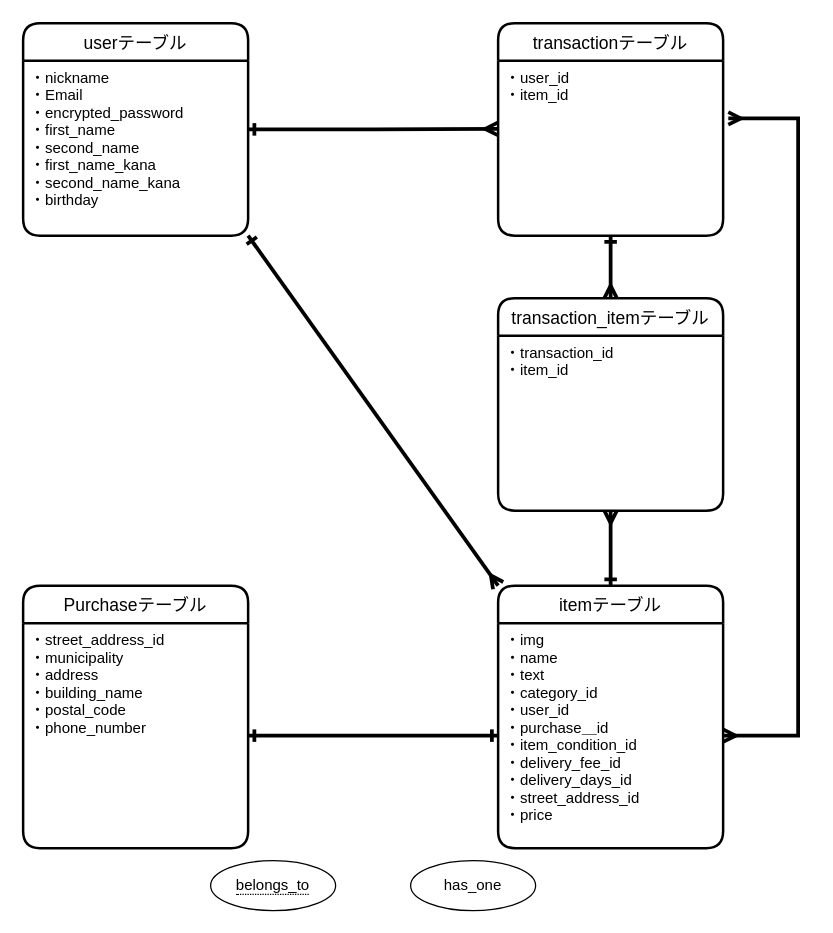
Before: app/controllers/test.dio in fisher1031/furima-34833, a draw.io diagram. Source tidied: cells renumbered, new cells numbered last; positions are measured from the earlier drawing's top-left corner, leaving out a move shared by most shapes. Both pictures are drawn from the tidied source at 125%, with x=0, y=0 at pixel (22, 22).
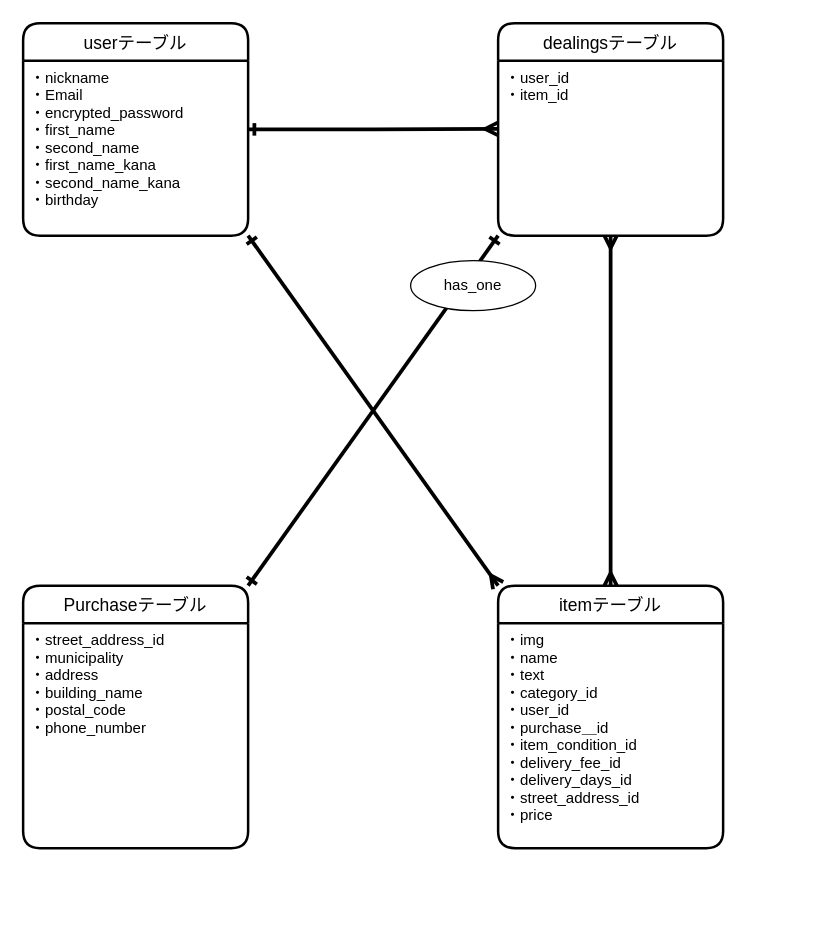
Above is the later version.

Commit message (it also covers changes not shown here):
READ MEの再修正

Unchanged cells that the change refers to:
```xml
<mxCell id="2" value="itemテーブル" style="swimlane;horizontal=1;startSize=30;rounded=1;fontSize=14;fontStyle=0;strokeWidth=2;shadow=0;dashed=0;align=center;" parent="1" vertex="1">
  <mxGeometry x="380" y="450" width="180" height="210" as="geometry" />
</mxCell>
<mxCell id="3" value="・img&#10;・name&#10;・text&#10;・category_id&#10;・user_id&#10;・purchase＿id&#10;・item_condition_id&#10;・delivery_fee_id&#10;・delivery_days_id&#10;・street_address_id&#10;・price" style="align=left;strokeColor=none;fillColor=none;spacingLeft=4;fontSize=12;verticalAlign=top;" parent="2" vertex="1">
  <mxGeometry y="30" width="180" height="180" as="geometry" />
</mxCell>
<mxCell id="4" value="Purchaseテーブル" style="swimlane;horizontal=1;startSize=30;rounded=1;fontSize=14;fontStyle=0;strokeWidth=2;shadow=0;dashed=0;align=center;" parent="1" vertex="1">
  <mxGeometry y="450" width="180" height="210" as="geometry" />
</mxCell>
<mxCell id="5" value="・street_address_id&#10;・municipality&#10;・address&#10;・building_name&#10;・postal_code &#10;・phone_number " style="align=left;strokeColor=none;fillColor=none;spacingLeft=4;fontSize=12;verticalAlign=top;" parent="4" vertex="1">
  <mxGeometry y="30" width="180" height="180" as="geometry" />
</mxCell>
<mxCell id="7" value="・user_id&#10;・item_id" style="align=left;strokeColor=none;fillColor=none;spacingLeft=4;fontSize=12;verticalAlign=top;" parent="6" vertex="1">
  <mxGeometry y="30" width="180" height="140" as="geometry" />
</mxCell>
```

What changed in the source:
```diff
@@
+    <mxCell id="20" style="rounded=0;jettySize=auto;html=1;exitX=1;exitY=0;exitDx=0;exitDy=0;entryX=0;entryY=1;entryDx=0;entryDy=0;startArrow=ERone;startFill=0;endArrow=ERone;endFill=0;strokeWidth=3;" parent="1" edge="1" source="4" target="7">
+      <mxGeometry relative="1" as="geometry" />
+    </mxCell>
@@
-    <mxCell id="6" value="transactionテーブル" style="swimlane;horizontal=1;startSize=30;rounded=1;fontSize=14;fontStyle=0;strokeWidth=2;shadow=0;dashed=0;align=center;" parent="1" vertex="1">
+    <mxCell id="6" value="dealingsテーブル" style="swimlane;horizontal=1;startSize=30;rounded=1;fontSize=14;fontStyle=0;strokeWidth=2;shadow=0;dashed=0;align=center;" parent="1" vertex="1">
       <mxGeometry x="380" width="180" height="170" as="geometry" />
     </mxCell>
@@
-    <mxCell id="8" style="edgeStyle=orthogonalEdgeStyle;rounded=1;jumpSize=6;jettySize=auto;html=1;endArrow=ERone;endFill=0;strokeWidth=3;entryX=0;entryY=0.5;entryDx=0;entryDy=0;startArrow=ERone;startFill=0;" parent="1" edge="1" source="5" target="3">
-      <mxGeometry relative="1" as="geometry" />
-    </mxCell>
@@
-    <mxCell id="13" value="transaction_itemテーブル" style="swimlane;horizontal=1;startSize=30;rounded=1;fontSize=14;fontStyle=0;strokeWidth=2;shadow=0;dashed=0;align=center;" parent="1" vertex="1">
-      <mxGeometry x="380" y="220" width="180" height="170" as="geometry" />
-    </mxCell>
-    <mxCell id="14" value="・transaction_id&#10;・item_id" style="align=left;strokeColor=none;fillColor=none;spacingLeft=4;fontSize=12;verticalAlign=top;" parent="13" vertex="1">
-      <mxGeometry y="30" width="180" height="140" as="geometry" />
-    </mxCell>
-    <mxCell id="15" style="edgeStyle=elbowEdgeStyle;rounded=0;jettySize=auto;html=1;startArrow=ERmany;startFill=0;endArrow=ERmany;endFill=0;strokeWidth=3;entryX=1.023;entryY=0.33;entryDx=0;entryDy=0;entryPerimeter=0;" parent="1" edge="1" source="3" target="7">
-      <mxGeometry relative="1" as="geometry">
-        <Array as="points">
-          <mxPoint x="620" y="320" />
-        </Array>
-      </mxGeometry>
-    </mxCell>
-    <mxCell id="16" style="edgeStyle=elbowEdgeStyle;rounded=0;jettySize=auto;html=1;entryX=0.5;entryY=0;entryDx=0;entryDy=0;startArrow=ERone;startFill=0;endArrow=ERmany;endFill=0;strokeWidth=3;" parent="1" edge="1" source="7" target="13">
+    <mxCell id="16" style="edgeStyle=elbowEdgeStyle;rounded=0;jettySize=auto;html=1;entryX=0.5;entryY=0;entryDx=0;entryDy=0;startArrow=ERmany;startFill=0;endArrow=ERmany;endFill=0;strokeWidth=3;" parent="1" edge="1" source="7" target="2">
       <mxGeometry relative="1" as="geometry" />
     </mxCell>
-    <mxCell id="17" style="edgeStyle=elbowEdgeStyle;rounded=0;jettySize=auto;html=1;entryX=0.5;entryY=0;entryDx=0;entryDy=0;startArrow=ERmany;startFill=0;endArrow=ERone;endFill=0;strokeWidth=3;" parent="1" edge="1" source="14" target="2">
-      <mxGeometry relative="1" as="geometry" />
-    </mxCell>
     <mxCell id="18" value="has_one" style="ellipse;whiteSpace=wrap;html=1;align=center;" parent="1" vertex="1">
-      <mxGeometry x="310" y="670" width="100" height="40" as="geometry" />
+      <mxGeometry x="310" y="190" width="100" height="40" as="geometry" />
     </mxCell>
-    <mxCell id="19" value="&lt;span style=&quot;border-bottom: 1px dotted&quot;&gt;belongs_to&lt;/span&gt;" style="ellipse;whiteSpace=wrap;html=1;align=center;" parent="1" vertex="1">
-      <mxGeometry x="150" y="670" width="100" height="40" as="geometry" />
-    </mxCell>
```
